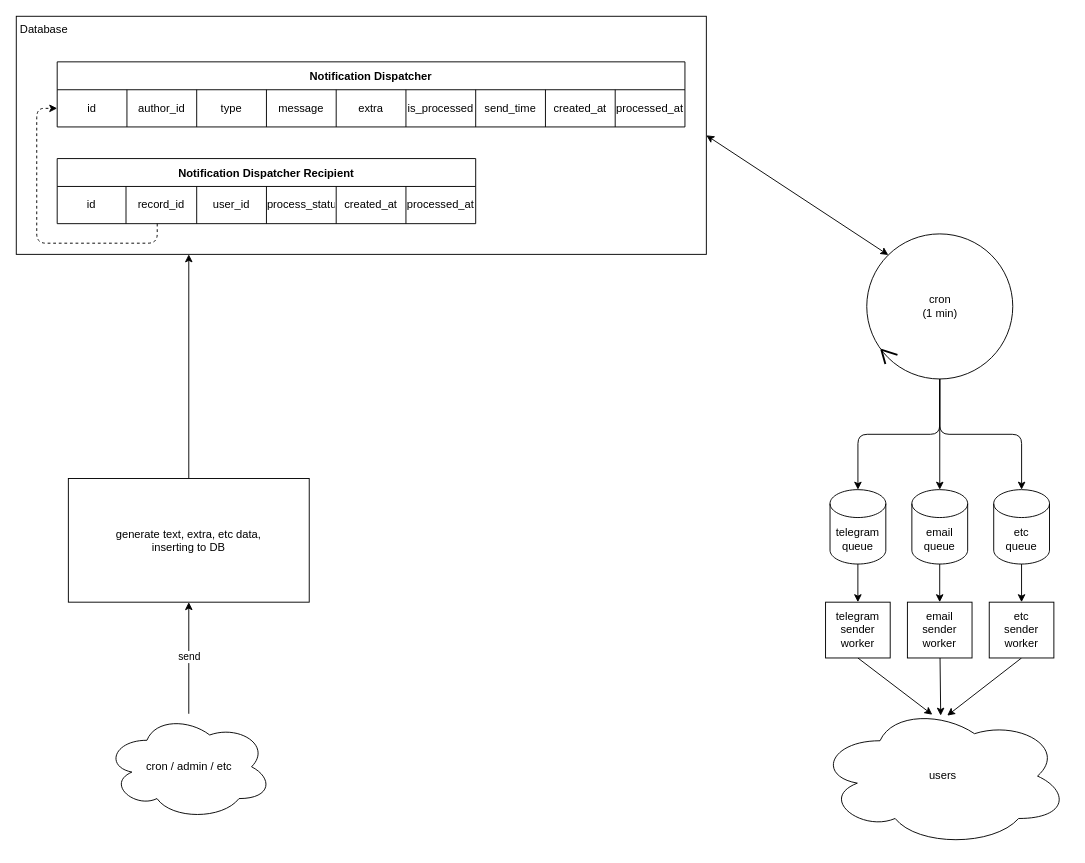
This is notify_sys.drawio from sokoloveadev/draw.io, a draw.io file, before an edit. Source tidied: cells renumbered, new cells numbered last; positions are measured from the earlier drawing's top-left corner, leaving out a move shared by most shapes. Both pictures are drawn from the tidied source at 93%, with x=0, y=0 at pixel (16, 16).
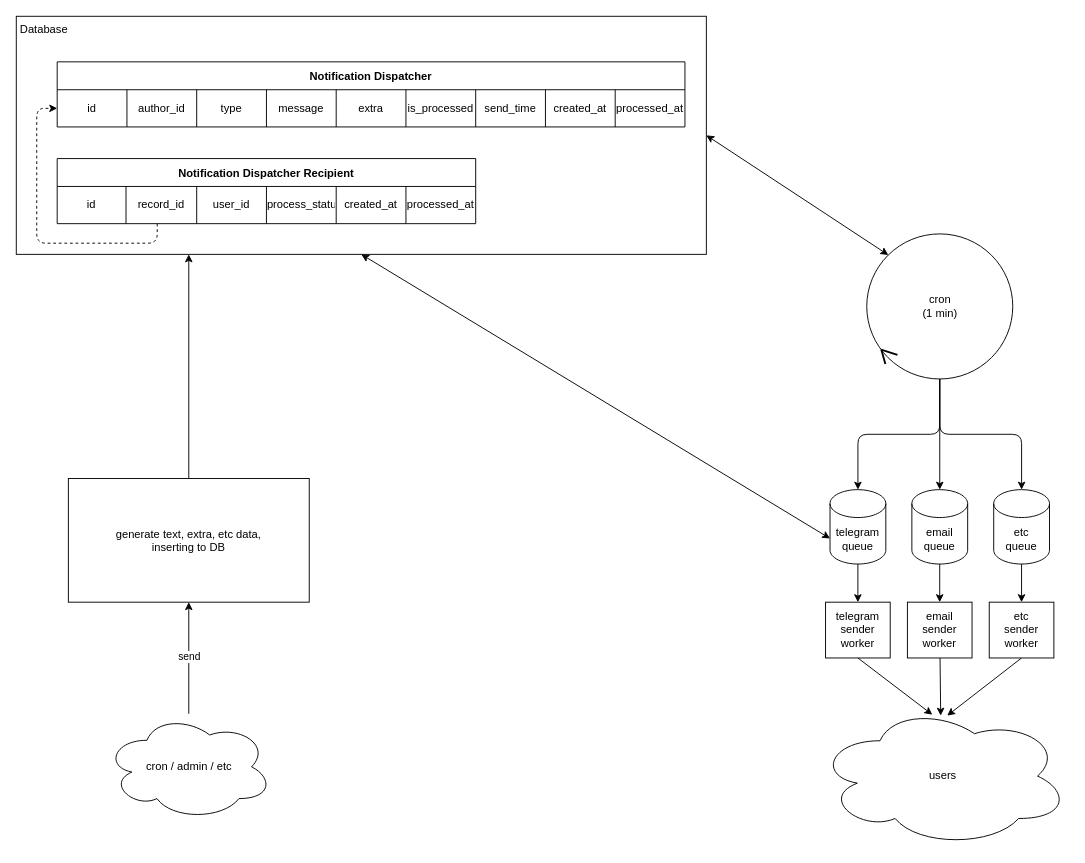
The same page after the edit.

The change refers to these unchanged cells:
```xml
<mxCell id="2" style="rounded=0;whiteSpace=wrap;html=1;" parent="1" vertex="1">
  <mxGeometry width="742" height="256" as="geometry" />
</mxCell>
<mxCell id="4" value="telegram&lt;br&gt;queue" style="shape=cylinder3;whiteSpace=wrap;html=1;boundedLbl=1;backgroundOutline=1;size=15;" parent="1" vertex="1">
  <mxGeometry x="875" y="509" width="60" height="80" as="geometry" />
</mxCell>
```

Diff of the diagram source:
```diff
@@
+    <mxCell id="50" style="edgeStyle=none;rounded=1;jettySize=auto;html=1;exitX=0;exitY=0;exitDx=0;exitDy=52.5;entryX=0.5;entryY=1;entryDx=0;entryDy=0;strokeWidth=1;targetPerimeterSpacing=0;startArrow=classic;startFill=1;exitPerimeter=0;" parent="1" edge="1" source="4" target="2">
+      <mxGeometry relative="1" as="geometry" />
+    </mxCell>
```
